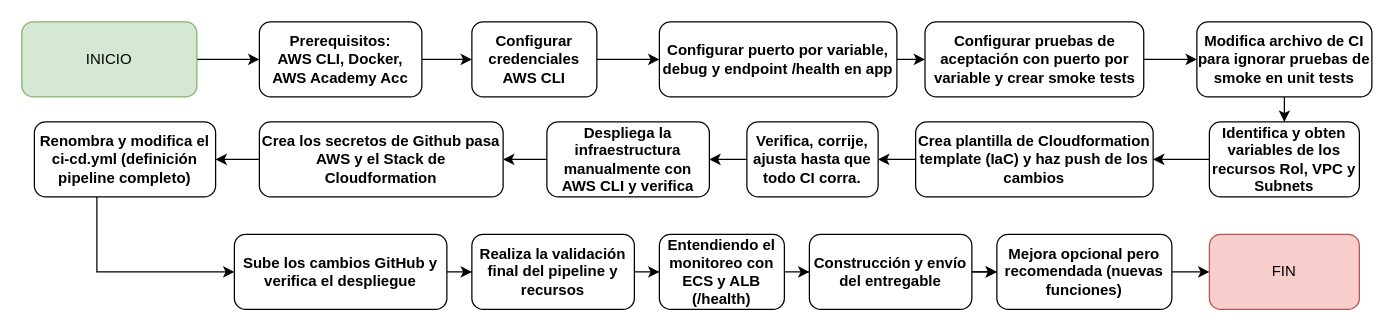
dhoyoso/cicd_course keeps this draw.io diagram as Entregable3.drawio. Above is the earlier version. Source tidied: cells renumbered, new cells numbered last; positions are measured from the earlier drawing's top-left corner, leaving out a move shared by most shapes. Both pictures are drawn from the tidied source at 125%, with x=0, y=0 at pixel (21, 21).
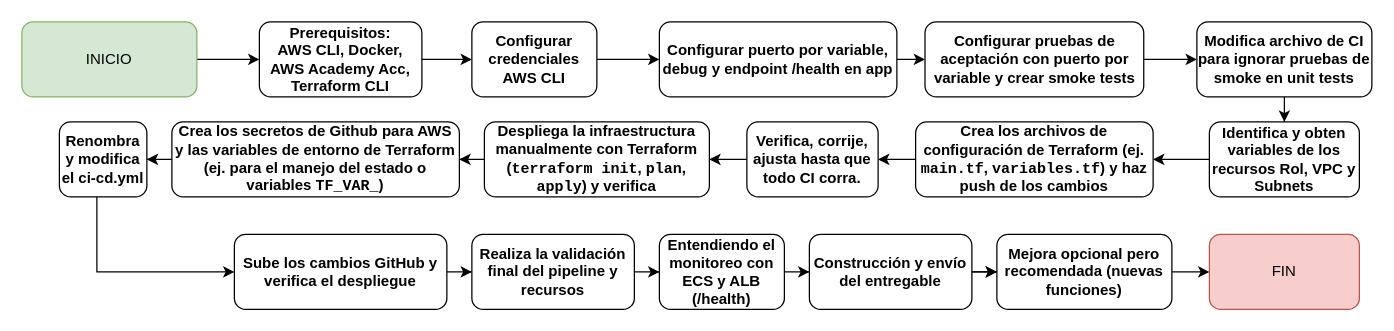
The same diagram, later.

Commit message:
update drawio diagram taller 3

Diff of the diagram source:
```diff
@@
-    <mxCell id="15" value="&lt;b&gt;Despliega la infraestructura manualmente con AWS CLI y verifica&lt;/b&gt;" style="rounded=1;whiteSpace=wrap;html=1;" parent="1" vertex="1">
-      <mxGeometry x="420" y="80" width="130" height="60" as="geometry" />
+    <mxCell id="15" value="&lt;b&gt;Despliega la infraestructura manualmente con &lt;span&gt;Terraform (&lt;code&gt;terraform init&lt;/code&gt;, &lt;code&gt;plan&lt;/code&gt;, &lt;code&gt;apply&lt;/code&gt;)&lt;/span&gt; y verifica&lt;/b&gt;" style="rounded=1;whiteSpace=wrap;html=1;" parent="1" vertex="1">
+      <mxGeometry x="370" y="80" width="180" height="60" as="geometry" />
     </mxCell>
@@
-    <mxCell id="17" value="Crea los secretos de Github pasa AWS y el Stack de Cloudformation" style="rounded=1;whiteSpace=wrap;html=1;fontStyle=1;" parent="1" vertex="1">
-      <mxGeometry x="190" y="80" width="195" height="60" as="geometry" />
+    <mxCell id="17" value="Crea los secretos de Github para AWS y &lt;b&gt;las variables de entorno de Terraform (ej. para el manejo del estado o variables &lt;code&gt;TF_VAR_&lt;/code&gt;)&lt;/b&gt;" style="rounded=1;whiteSpace=wrap;html=1;fontStyle=1;" parent="1" vertex="1">
+      <mxGeometry x="120" y="80" width="230" height="60" as="geometry" />
     </mxCell>
@@
-    <mxCell id="19" value="Renombra y modifica el ci-cd.yml (definición pipeline completo)" style="rounded=1;whiteSpace=wrap;html=1;fontStyle=1;" parent="1" vertex="1">
-      <mxGeometry x="10" y="80" width="145" height="60" as="geometry" />
+    <mxCell id="19" value="Renombra y modifica el ci-cd.yml" style="rounded=1;whiteSpace=wrap;html=1;fontStyle=1;" parent="1" vertex="1">
+      <mxGeometry x="30" y="80" width="70" height="60" as="geometry" />
     </mxCell>
@@
-    <mxCell id="26" value="&lt;b&gt;Crea plantilla de Cloudformation template (IaC) y haz push de los cambios&lt;/b&gt;" style="rounded=1;whiteSpace=wrap;html=1;" parent="1" vertex="1">
+    <mxCell id="26" value="&lt;b&gt;Crea los archivos de configuración de &lt;/b&gt;&lt;b&gt;Terraform (ej. &lt;code&gt;main.tf&lt;/code&gt;, &lt;code&gt;variables.tf&lt;/code&gt;)&lt;/b&gt; &lt;b&gt;y haz push de los cambios&lt;/b&gt;" style="rounded=1;whiteSpace=wrap;html=1;" parent="1" vertex="1">
       <mxGeometry x="715" y="80" width="190" height="60" as="geometry" />
     </mxCell>
@@
-    <mxCell id="37" value="&lt;b&gt;Prerequisitos:&lt;/b&gt;&lt;div&gt;&lt;b&gt;AWS CLI, Docker, AWS Academy Acc&lt;/b&gt;&lt;/div&gt;" style="rounded=1;whiteSpace=wrap;html=1;" parent="1" vertex="1">
+    <mxCell id="37" value="&lt;b&gt;Prerequisitos:&lt;/b&gt;&lt;div&gt;&lt;b&gt;AWS CLI, Docker, AWS Academy Acc, Terraform CLI&lt;/b&gt;&lt;/div&gt;" style="rounded=1;whiteSpace=wrap;html=1;" parent="1" vertex="1">
       <mxGeometry x="190" width="130" height="60" as="geometry" />
     </mxCell>
```
